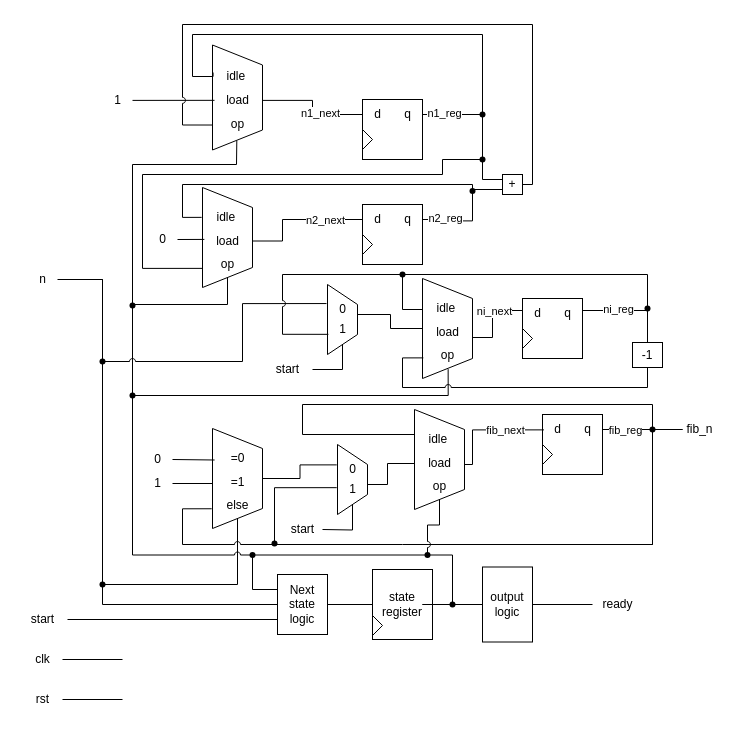
Earlier version of the draw.io diagram Lab2/fsmd_report/graph/fsmd diagram.drawio (Tangent-H/EE332-Digital-System-Design-Lab). Source tidied: cells renumbered, new cells numbered last; positions are measured from the earlier drawing's top-left corner, leaving out a move shared by most shapes. Both pictures are drawn from the tidied source at 100%, with x=0, y=0 at pixel (17, 24).
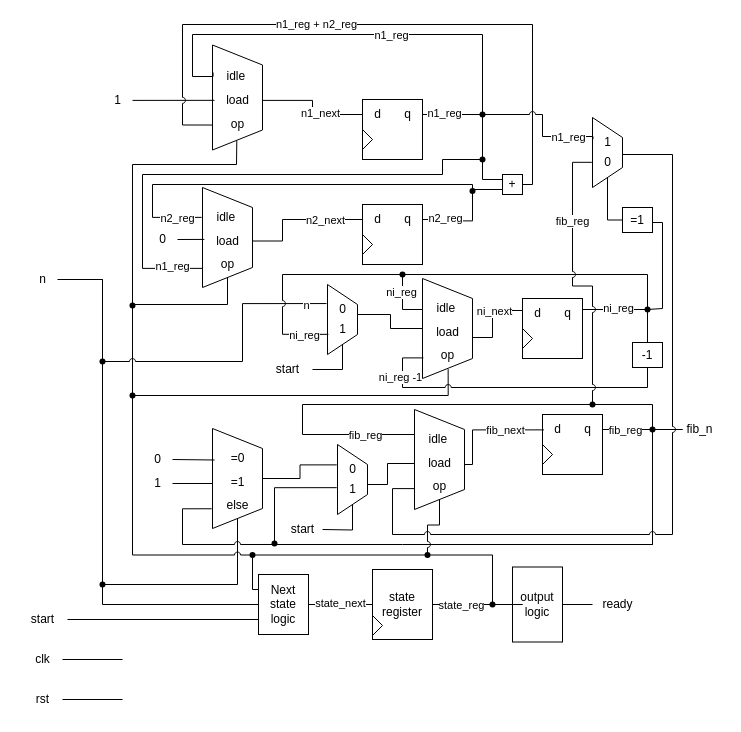
Above is the later version.

Commit message (it also covers changes not shown here):
lab2ex6: modify report and fsmd graph

The change refers to these unchanged cells:
```xml
<mxCell id="39" value="idle&amp;nbsp;" style="text;html=1;align=center;verticalAlign=middle;points=[];strokeColor=none;fillColor=none;" parent="37" vertex="1">
  <mxGeometry y="15.4" width="50" height="30" as="geometry" />
</mxCell>
<mxCell id="45" style="shape=trapezoid;perimeter=trapezoidPerimeter;whiteSpace=wrap;html=1;fixedSize=1;direction=south;" parent="44" vertex="1">
  <mxGeometry width="50" height="100" as="geometry" />
</mxCell>
<mxCell id="48" value="&amp;nbsp; op&amp;nbsp;&amp;nbsp;" style="text;html=1;align=center;verticalAlign=middle;points=[];strokeColor=none;fillColor=none;" parent="44" vertex="1">
  <mxGeometry y="61.5" width="50" height="30" as="geometry" />
</mxCell>
<mxCell id="49" style="edgeStyle=orthogonalEdgeStyle;rounded=0;jettySize=auto;html=1;endArrow=none;endFill=0;jumpStyle=arc;" parent="1" edge="1" source="50" target="52">
  <mxGeometry relative="1" as="geometry" />
</mxCell>
<mxCell id="57" style="edgeStyle=orthogonalEdgeStyle;rounded=0;jettySize=auto;html=1;endArrow=none;endFill=0;jumpStyle=arc;" parent="1" edge="1" source="52" target="59">
  <mxGeometry relative="1" as="geometry" />
</mxCell>
<mxCell id="87" style="edgeStyle=orthogonalEdgeStyle;rounded=0;jettySize=auto;html=1;exitX=1;exitY=0.5;exitDx=0;exitDy=0;entryX=-0.004;entryY=0.514;entryDx=0;entryDy=0;entryPerimeter=0;endArrow=none;endFill=0;jumpStyle=arc;" parent="1" edge="1" source="84" target="14">
  <mxGeometry relative="1" as="geometry">
    <Array as="points">
      <mxPoint x="515" y="160" />
      <mxPoint x="515" />
      <mxPoint x="165" />
      <mxPoint x="165" y="100" />
      <mxPoint x="195" y="100" />
    </Array>
  </mxGeometry>
</mxCell>
<mxCell id="88" style="shape=waypoint;sketch=0;size=6;points=[];fillColor=none;perimeter=centerPerimeter;snapToPoint=1;" parent="1" vertex="1">
  <mxGeometry x="455" y="80" width="20" height="20" as="geometry" />
</mxCell>
<mxCell id="89" style="edgeStyle=orthogonalEdgeStyle;rounded=0;jettySize=auto;html=1;entryX=0.011;entryY=0.377;entryDx=0;entryDy=0;entryPerimeter=0;endArrow=none;endFill=0;jumpStyle=arc;" parent="1" edge="1" source="88" target="12">
  <mxGeometry relative="1" as="geometry">
    <Array as="points">
      <mxPoint x="465" y="10" />
      <mxPoint x="175" y="10" />
      <mxPoint x="175" y="52" />
      <mxPoint x="196" y="52" />
    </Array>
  </mxGeometry>
</mxCell>
<mxCell id="92" style="shape=waypoint;sketch=0;size=6;points=[];fillColor=none;perimeter=centerPerimeter;snapToPoint=1;" parent="1" vertex="1">
  <mxGeometry x="445" y="156.4" width="20" height="20" as="geometry" />
</mxCell>
<mxCell id="97" style="edgeStyle=orthogonalEdgeStyle;rounded=0;jettySize=auto;html=1;entryX=-0.01;entryY=0.646;entryDx=0;entryDy=0;entryPerimeter=0;endArrow=none;endFill=0;jumpStyle=arc;" parent="1" edge="1" source="96" target="41">
  <mxGeometry relative="1" as="geometry">
    <Array as="points">
      <mxPoint x="425" y="135" />
      <mxPoint x="425" y="150" />
      <mxPoint x="125" y="150" />
      <mxPoint x="125" y="244" />
    </Array>
  </mxGeometry>
</mxCell>
<mxCell id="102" style="shape=waypoint;sketch=0;size=6;points=[];fillColor=none;perimeter=centerPerimeter;snapToPoint=1;" parent="1" vertex="1">
  <mxGeometry x="625" y="395" width="20" height="20" as="geometry" />
</mxCell>
<mxCell id="118" style="shape=waypoint;sketch=0;size=6;points=[];fillColor=none;perimeter=centerPerimeter;snapToPoint=1;" parent="1" vertex="1">
  <mxGeometry x="400" y="520.5" width="20" height="20" as="geometry" />
</mxCell>
<mxCell id="129" style="edgeStyle=orthogonalEdgeStyle;rounded=0;jettySize=auto;html=1;entryX=-0.033;entryY=0.302;entryDx=0;entryDy=0;entryPerimeter=0;endArrow=none;endFill=0;jumpStyle=arc;" parent="1" edge="1" source="110" target="105">
  <mxGeometry relative="1" as="geometry">
    <Array as="points">
      <mxPoint x="225" y="337" />
      <mxPoint x="225" y="279" />
    </Array>
  </mxGeometry>
</mxCell>
<mxCell id="133" style="edgeStyle=orthogonalEdgeStyle;rounded=0;jettySize=auto;html=1;entryX=0.25;entryY=1;entryDx=0;entryDy=0;endArrow=none;endFill=0;jumpStyle=arc;" parent="1" edge="1" source="139" target="112">
  <mxGeometry relative="1" as="geometry">
    <Array as="points">
      <mxPoint x="385" y="250" />
      <mxPoint x="385" y="285" />
    </Array>
  </mxGeometry>
</mxCell>
<mxCell id="141" style="edgeStyle=orthogonalEdgeStyle;rounded=0;jettySize=auto;html=1;entryX=0.03;entryY=0.661;entryDx=0;entryDy=0;entryPerimeter=0;endArrow=none;endFill=0;jumpStyle=arc;" parent="1" edge="1" source="140" target="106">
  <mxGeometry relative="1" as="geometry">
    <Array as="points">
      <mxPoint x="265" y="250" />
      <mxPoint x="265" y="310" />
    </Array>
  </mxGeometry>
</mxCell>
<mxCell id="145" style="edgeStyle=orthogonalEdgeStyle;rounded=0;jettySize=auto;html=1;exitX=0.5;exitY=1;exitDx=0;exitDy=0;entryX=0.017;entryY=0.596;entryDx=0;entryDy=0;entryPerimeter=0;endArrow=none;endFill=0;jumpStyle=arc;" parent="1" edge="1" source="135" target="115">
  <mxGeometry relative="1" as="geometry">
    <Array as="points">
      <mxPoint x="630" y="363" />
      <mxPoint x="385" y="363" />
      <mxPoint x="385" y="333" />
    </Array>
  </mxGeometry>
</mxCell>
```

Diff of the diagram source:
```diff
@@
-    <mxCell id="7" value="n" style="text;html=1;align=center;verticalAlign=middle;points=[];strokeColor=none;fillColor=none;" parent="1" vertex="1">
+    <mxCell id="7" value="&lt;font style=&quot;font-size: 12px;&quot;&gt;n&lt;/font&gt;" style="text;html=1;align=center;verticalAlign=middle;points=[];strokeColor=none;fillColor=none;" parent="1" vertex="1">
       <mxGeometry x="10" y="240" width="30" height="30" as="geometry" />
     </mxCell>
@@
+    <mxCell id="147" value="state_next" style="edgeLabel;html=1;align=center;verticalAlign=middle;" parent="49" vertex="1">
+      <mxGeometry x="-0.17" y="2" relative="1" as="geometry">
+        <mxPoint x="4" as="offset" />
+      </mxGeometry>
+    </mxCell>
     <mxCell id="50" value="Next state logic" style="whiteSpace=wrap;html=1;" parent="1" vertex="1">
-      <mxGeometry x="260" y="550" width="50" height="60" as="geometry" />
+      <mxGeometry x="241" y="550" width="50" height="60" as="geometry" />
     </mxCell>
@@
     <mxCell id="55" value="output logic" style="whiteSpace=wrap;html=1;" parent="1" vertex="1">
-      <mxGeometry x="465" y="542.5" width="50" height="75" as="geometry" />
+      <mxGeometry x="495" y="542.5" width="50" height="75" as="geometry" />
     </mxCell>
@@
+    <mxCell id="148" value="state_reg" style="edgeLabel;html=1;align=center;verticalAlign=middle;" parent="57" vertex="1">
+      <mxGeometry x="-0.25" relative="1" as="geometry">
+        <mxPoint x="5" as="offset" />
+      </mxGeometry>
+    </mxCell>
@@
-    <mxCell id="59" style="shape=waypoint;sketch=0;size=6;points=[];fillColor=none;perimeter=centerPerimeter;snapToPoint=1;" parent="1" vertex="1">
-      <mxGeometry x="425" y="570" width="20" height="20" as="geometry" />
-    </mxCell>
@@
+    <mxCell id="149" value="n1_reg + n2_reg" style="edgeLabel;html=1;align=center;verticalAlign=middle;" parent="87" vertex="1">
+      <mxGeometry x="0.19" y="-1" relative="1" as="geometry" />
+    </mxCell>
@@
+    <mxCell id="150" value="n1_reg" style="edgeLabel;html=1;align=center;verticalAlign=middle;" parent="89" vertex="1">
+      <mxGeometry x="-0.21" relative="1" as="geometry" />
+    </mxCell>
@@
     <mxCell id="93" style="edgeStyle=orthogonalEdgeStyle;rounded=0;jettySize=auto;html=1;entryX=-0.017;entryY=0.482;entryDx=0;entryDy=0;entryPerimeter=0;endArrow=none;endFill=0;jumpStyle=arc;" parent="1" edge="1" source="92" target="39">
       <mxGeometry relative="1" as="geometry">
         <Array as="points">
           <mxPoint x="455" y="160" />
-          <mxPoint x="165" y="160" />
-          <mxPoint x="165" y="193" />
+          <mxPoint x="135" y="160" />
+          <mxPoint x="135" y="193" />
         </Array>
       </mxGeometry>
     </mxCell>
+    <mxCell id="151" value="n2_reg" style="edgeLabel;html=1;align=center;verticalAlign=middle;" parent="93" vertex="1">
+      <mxGeometry x="0.82" y="-1" relative="1" as="geometry">
+        <mxPoint x="12" as="offset" />
+      </mxGeometry>
+    </mxCell>
@@
+    <mxCell id="152" value="n1_reg" style="edgeLabel;html=1;align=center;verticalAlign=middle;" parent="97" vertex="1">
+      <mxGeometry x="0.88" y="2" relative="1" as="geometry" />
+    </mxCell>
@@
-    <mxCell id="100" style="edgeStyle=orthogonalEdgeStyle;rounded=0;jettySize=auto;html=1;entryX=0.25;entryY=1;entryDx=0;entryDy=0;endArrow=none;endFill=0;jumpStyle=arc;" parent="1" edge="1" source="102" target="45">
+    <mxCell id="100" style="edgeStyle=orthogonalEdgeStyle;rounded=0;jettySize=auto;html=1;entryX=0.25;entryY=1;entryDx=0;entryDy=0;endArrow=none;endFill=0;jumpStyle=arc;" parent="1" edge="1" source="169" target="45">
       <mxGeometry relative="1" as="geometry">
         <Array as="points">
-          <mxPoint x="635" y="380" />
           <mxPoint x="285" y="380" />
           <mxPoint x="285" y="410" />
         </Array>
       </mxGeometry>
     </mxCell>
+    <mxCell id="153" value="fib_reg" style="edgeLabel;html=1;align=center;verticalAlign=middle;" parent="100" vertex="1">
+      <mxGeometry x="0.77" relative="1" as="geometry" />
+    </mxCell>
@@
     <mxCell id="117" style="edgeStyle=orthogonalEdgeStyle;rounded=0;jettySize=auto;html=1;entryDx=0;entryDy=0;endArrow=none;endFill=0;jumpStyle=arc;" parent="1" edge="1" source="59" target="118">
       <mxGeometry relative="1" as="geometry">
         <Array as="points">
-          <mxPoint x="435" y="531" />
+          <mxPoint x="475" y="531" />
         </Array>
       </mxGeometry>
     </mxCell>
@@
+    <mxCell id="154" value="n" style="edgeLabel;html=1;align=center;verticalAlign=middle;" parent="129" vertex="1">
+      <mxGeometry x="0.85" y="-3" relative="1" as="geometry">
+        <mxPoint y="-2" as="offset" />
+      </mxGeometry>
+    </mxCell>
@@
+    <mxCell id="155" value="ni_reg" style="edgeLabel;html=1;align=center;verticalAlign=middle;" parent="133" vertex="1">
+      <mxGeometry x="0.74" y="-2" relative="1" as="geometry" />
+    </mxCell>
@@
+    <mxCell id="156" style="edgeStyle=orthogonalEdgeStyle;rounded=0;jettySize=auto;html=1;entryX=1;entryY=0.5;entryDx=0;entryDy=0;endArrow=none;endFill=0;jumpStyle=arc;" parent="1" edge="1" source="139" target="165">
+      <mxGeometry relative="1" as="geometry">
+        <Array as="points">
+          <mxPoint x="645" y="284" />
+          <mxPoint x="645" y="198" />
+        </Array>
+      </mxGeometry>
+    </mxCell>
     <mxCell id="139" style="shape=waypoint;sketch=0;size=6;points=[];fillColor=none;perimeter=centerPerimeter;snapToPoint=1;" parent="1" vertex="1">
-      <mxGeometry x="620" y="274" width="20" height="20" as="geometry" />
+      <mxGeometry x="620" y="275" width="20" height="20" as="geometry" />
     </mxCell>
@@
+    <mxCell id="157" value="ni_reg" style="edgeLabel;html=1;align=center;verticalAlign=middle;" parent="141" vertex="1">
+      <mxGeometry x="0.78" y="-1" relative="1" as="geometry" />
+    </mxCell>
@@
+    <mxCell id="158" value="ni_reg -1" style="edgeLabel;html=1;align=center;verticalAlign=middle;" parent="145" vertex="1">
+      <mxGeometry x="0.75" y="3" relative="1" as="geometry" />
+    </mxCell>
@@
+    <mxCell id="159" style="edgeStyle=orthogonalEdgeStyle;rounded=0;jettySize=auto;html=1;entryDx=0;entryDy=0;endArrow=none;endFill=0;jumpStyle=arc;" parent="1" edge="1" target="59">
+      <mxGeometry relative="1" as="geometry">
+        <mxPoint x="475" y="580" as="sourcePoint" />
+        <Array as="points">
+          <mxPoint x="475" y="580" />
+        </Array>
+      </mxGeometry>
+    </mxCell>
+    <mxCell id="59" style="shape=waypoint;sketch=0;size=6;points=[];fillColor=none;perimeter=centerPerimeter;snapToPoint=1;" parent="1" vertex="1">
+      <mxGeometry x="465" y="570" width="20" height="20" as="geometry" />
+    </mxCell>
+    <mxCell id="160" style="group;" parent="1" vertex="1">
+      <mxGeometry x="575" y="93" width="30" height="70" as="geometry" />
+    </mxCell>
+    <mxCell id="161" style="shape=trapezoid;perimeter=trapezoidPerimeter;whiteSpace=wrap;html=1;fixedSize=1;direction=south;" parent="160" vertex="1">
+      <mxGeometry width="30" height="70" as="geometry" />
+    </mxCell>
+    <mxCell id="162" value="1" style="text;html=1;align=center;verticalAlign=middle;points=[];strokeColor=none;fillColor=none;" parent="160" vertex="1">
+      <mxGeometry y="10" width="30" height="30" as="geometry" />
+    </mxCell>
+    <mxCell id="163" value="0" style="text;html=1;align=center;verticalAlign=middle;points=[];strokeColor=none;fillColor=none;" parent="160" vertex="1">
+      <mxGeometry y="30" width="30" height="30" as="geometry" />
+    </mxCell>
+    <mxCell id="164" style="edgeStyle=orthogonalEdgeStyle;rounded=0;jettySize=auto;html=1;exitX=0;exitY=0.5;exitDx=0;exitDy=0;entryX=1;entryY=0.5;entryDx=0;entryDy=0;endArrow=none;endFill=0;" parent="1" edge="1" source="165" target="161">
+      <mxGeometry relative="1" as="geometry">
+        <Array as="points">
+          <mxPoint x="590" y="196" />
+        </Array>
+      </mxGeometry>
+    </mxCell>
+    <mxCell id="165" value="=1" style="rounded=0;whiteSpace=wrap;html=1;" parent="1" vertex="1">
+      <mxGeometry x="605" y="183" width="30" height="25" as="geometry" />
+    </mxCell>
+    <mxCell id="166" style="edgeStyle=orthogonalEdgeStyle;rounded=0;jettySize=auto;html=1;entryX=0.016;entryY=0.387;entryDx=0;entryDy=0;entryPerimeter=0;endArrow=none;endFill=0;jumpStyle=arc;" parent="1" edge="1" source="88" target="162">
+      <mxGeometry relative="1" as="geometry">
+        <Array as="points">
+          <mxPoint x="525" y="90" />
+          <mxPoint x="525" y="112" />
+        </Array>
+      </mxGeometry>
+    </mxCell>
+    <mxCell id="167" value="n1_reg" style="edgeLabel;html=1;align=center;verticalAlign=middle;" parent="166" vertex="1">
+      <mxGeometry x="0.58" relative="1" as="geometry" />
+    </mxCell>
+    <mxCell id="168" style="edgeStyle=orthogonalEdgeStyle;rounded=0;jettySize=auto;html=1;entryDx=0;entryDy=0;endArrow=none;endFill=0;jumpStyle=arc;" parent="1" edge="1" source="102" target="169">
+      <mxGeometry relative="1" as="geometry">
+        <Array as="points">
+          <mxPoint x="635" y="380" />
+        </Array>
+      </mxGeometry>
+    </mxCell>
+    <mxCell id="169" style="shape=waypoint;sketch=0;size=6;points=[];fillColor=none;perimeter=centerPerimeter;snapToPoint=1;" parent="1" vertex="1">
+      <mxGeometry x="565" y="370" width="20" height="20" as="geometry" />
+    </mxCell>
+    <mxCell id="170" style="edgeStyle=orthogonalEdgeStyle;rounded=0;jettySize=auto;html=1;entryX=-0.022;entryY=0.494;entryDx=0;entryDy=0;entryPerimeter=0;endArrow=none;endFill=0;jumpStyle=arc;" parent="1" edge="1" source="169" target="163">
+      <mxGeometry relative="1" as="geometry" />
+    </mxCell>
+    <mxCell id="171" value="fib_reg" style="edgeLabel;html=1;align=center;verticalAlign=middle;" parent="170" vertex="1">
+      <mxGeometry x="0.45" y="1" relative="1" as="geometry" />
+    </mxCell>
+    <mxCell id="172" style="edgeStyle=orthogonalEdgeStyle;rounded=0;jettySize=auto;html=1;entryX=-0.003;entryY=0.587;entryDx=0;entryDy=0;entryPerimeter=0;endArrow=none;endFill=0;jumpStyle=arc;" parent="1" edge="1" source="163" target="48">
+      <mxGeometry relative="1" as="geometry">
+        <Array as="points">
+          <mxPoint x="655" y="130" />
+          <mxPoint x="655" y="510" />
+          <mxPoint x="375" y="510" />
+          <mxPoint x="375" y="464" />
+        </Array>
+      </mxGeometry>
+    </mxCell>
```
